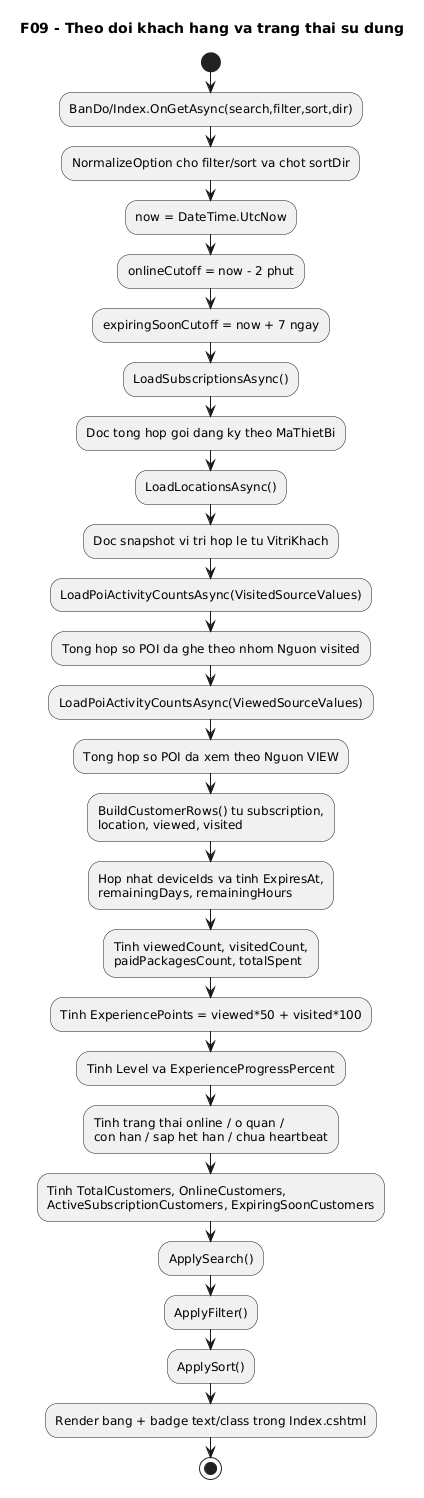
VoBao182/PhoAmThuc keeps this PlantUML diagram as docs/diagrams/png/09-live-map-activity.png. Above is the earlier version.
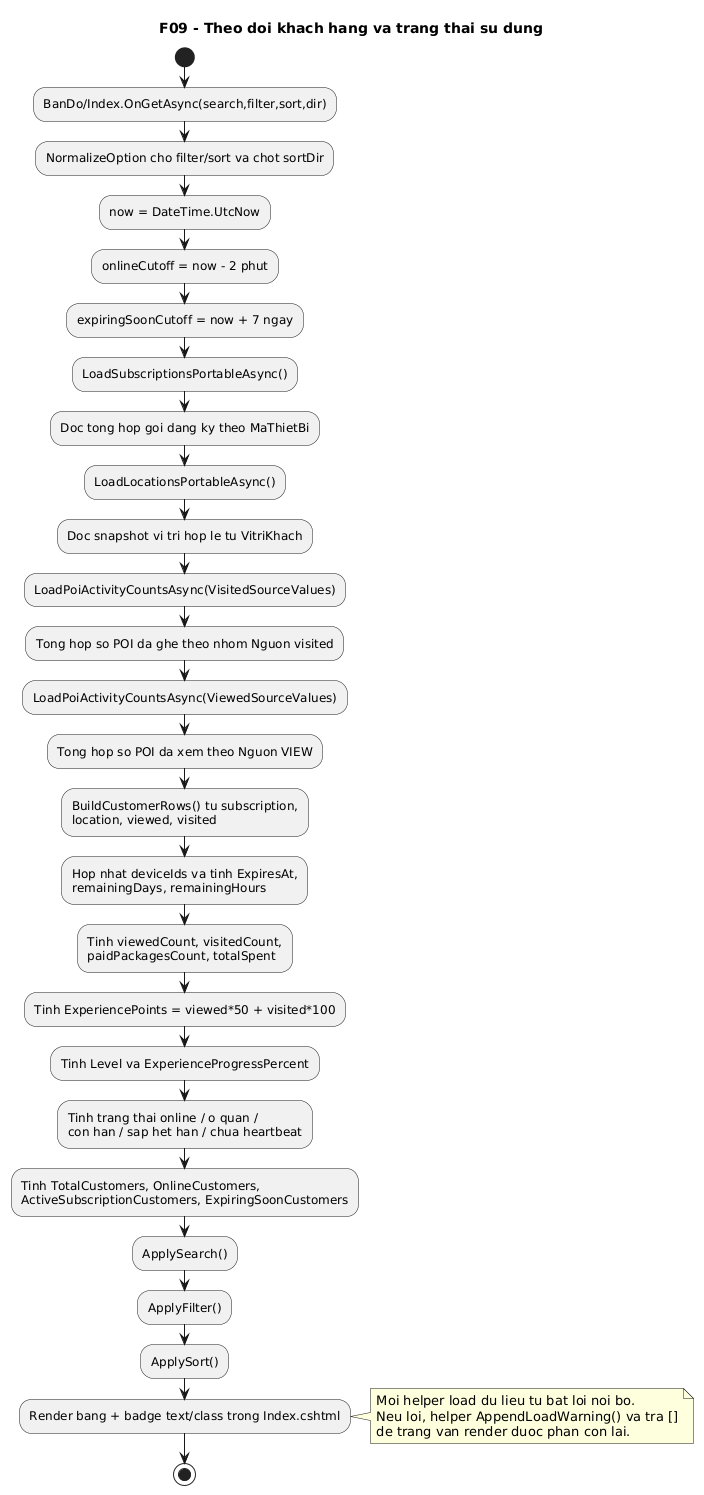
Above is the later version.

The edit, as a diff of the source:
```diff
@@ -6,9 +6,9 @@
 :now = DateTime.UtcNow;
 :onlineCutoff = now - 2 phut;
 :expiringSoonCutoff = now + 7 ngay;
-:LoadSubscriptionsAsync();
+:LoadSubscriptionsPortableAsync();
 :Doc tong hop goi dang ky theo MaThietBi;
-:LoadLocationsAsync();
+:LoadLocationsPortableAsync();
 :Doc snapshot vi tri hop le tu VitriKhach;
 :LoadPoiActivityCountsAsync(VisitedSourceValues);
 :Tong hop so POI da ghe theo nhom Nguon visited;
@@ -25,6 +25,11 @@
 :ApplyFilter();
 :ApplySort();
 :Render bang + badge text/class trong Index.cshtml;
+note right
+  Moi helper load du lieu tu bat loi noi bo.
+  Neu loi, helper AppendLoadWarning() va tra []
+  de trang van render duoc phan con lai.
+end note
 
 stop
 @enduml
```
